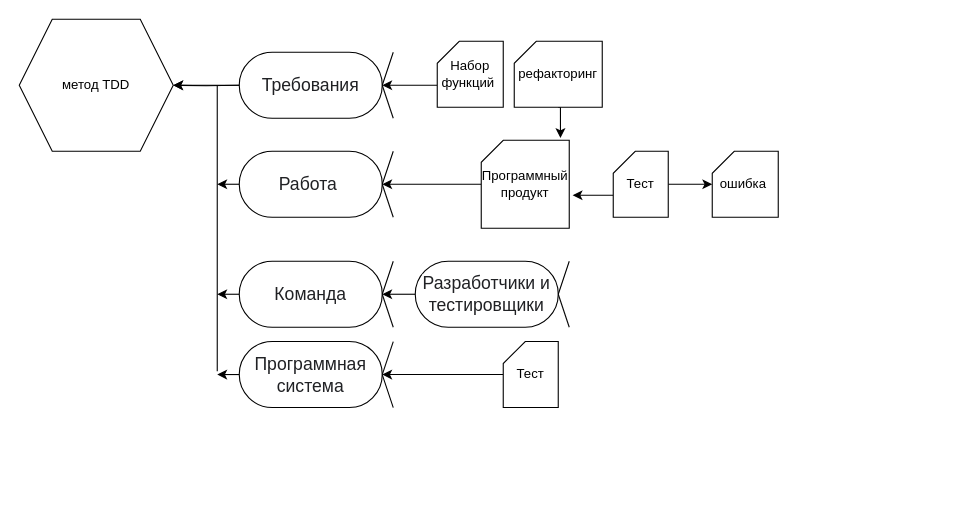
Earlier version of the draw.io diagram method.drawio (TKarina/UML). Source tidied: cells renumbered, new cells numbered last; positions are measured from the earlier drawing's top-left corner, leaving out a move shared by most shapes. Both pictures are drawn from the tidied source at 110%, with x=0, y=0 at pixel (19, 19).
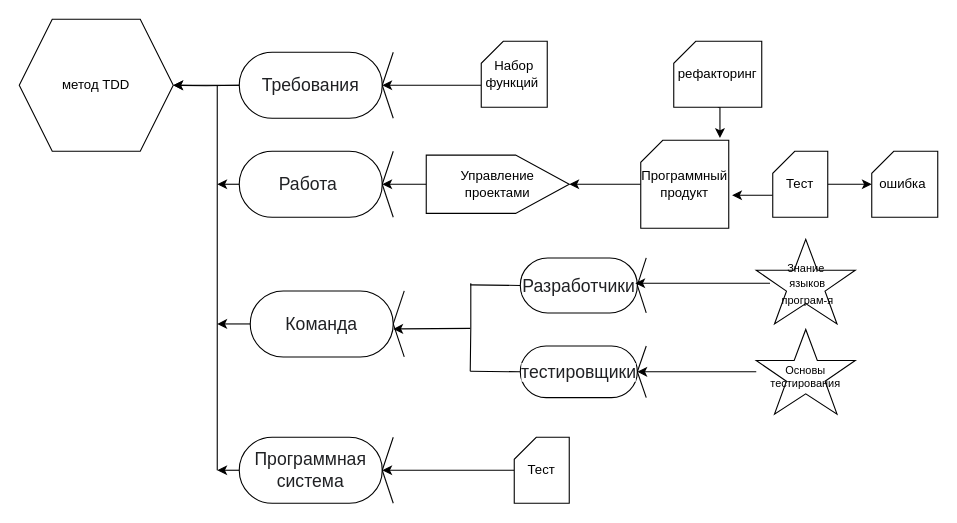
The same page after the edit.

The change refers to these unchanged cells:
```xml
<mxCell id="14" value="&lt;font color=&quot;#202124&quot; face=&quot;arial, sans-serif&quot;&gt;&lt;span style=&quot;font-size: 16px ; background-color: rgb(255 , 255 , 255)&quot;&gt;Команда&lt;/span&gt;&lt;/font&gt;" style="rounded=1;whiteSpace=wrap;html=1;arcSize=50;" parent="13" vertex="1">
  <mxGeometry x="-30" width="130" height="60" as="geometry" />
</mxCell>
<mxCell id="25" value="&lt;font color=&quot;#202124&quot; face=&quot;arial, sans-serif&quot;&gt;&lt;span style=&quot;font-size: 16px ; background-color: rgb(255 , 255 , 255)&quot;&gt;Программная система&lt;/span&gt;&lt;/font&gt;" style="rounded=1;whiteSpace=wrap;html=1;arcSize=50;" parent="24" vertex="1">
  <mxGeometry x="-30" width="130" height="60" as="geometry" />
</mxCell>
```

Change to the diagram source:
```diff
@@
     <mxCell id="13" style="group;" parent="1" vertex="1">
-      <mxGeometry x="230" y="220" width="110" height="60" as="geometry" />
+      <mxGeometry x="240" y="247" width="110" height="60" as="geometry" />
     </mxCell>
@@
     <mxCell id="18" value="рефакторинг" style="shape=card;whiteSpace=wrap;html=1;size=20;" parent="1" vertex="1">
-      <mxGeometry x="450" y="20" width="80" height="60" as="geometry" />
+      <mxGeometry x="595" y="20" width="80" height="60" as="geometry" />
     </mxCell>
     <mxCell id="19" style="edgeStyle=orthogonalEdgeStyle;rounded=0;jettySize=auto;html=1;" parent="1" edge="1" source="20">
       <mxGeometry relative="1" as="geometry">
-        <mxPoint x="330" y="150" as="targetPoint" />
+        <mxPoint x="500" y="150" as="targetPoint" />
       </mxGeometry>
     </mxCell>
     <mxCell id="20" value="Программный продукт" style="shape=card;whiteSpace=wrap;html=1;size=20;" parent="1" vertex="1">
-      <mxGeometry x="420" y="110" width="80" height="80" as="geometry" />
+      <mxGeometry x="565" y="110" width="80" height="80" as="geometry" />
     </mxCell>
     <mxCell id="21" style="endArrow=none;html=1;rounded=0;" parent="1" edge="1">
       <mxGeometry relative="1" as="geometry">
-        <mxPoint x="180" y="320" as="sourcePoint" />
+        <mxPoint x="180" y="410" as="sourcePoint" />
         <mxPoint x="180" y="60" as="targetPoint" />
       </mxGeometry>
     </mxCell>
@@
-    <mxCell id="23" style="edgeStyle=orthogonalEdgeStyle;rounded=0;jettySize=auto;html=1;exitX=0;exitY=0.5;exitDx=0;exitDy=0;" parent="1" edge="1" source="14">
-      <mxGeometry relative="1" as="geometry">
-        <mxPoint x="180" y="250" as="targetPoint" />
-      </mxGeometry>
-    </mxCell>
     <mxCell id="24" style="group;" parent="1" vertex="1">
-      <mxGeometry x="230" y="293" width="110" height="60" as="geometry" />
+      <mxGeometry x="230" y="380" width="110" height="60" as="geometry" />
     </mxCell>
@@
     <mxCell id="28" style="edgeStyle=orthogonalEdgeStyle;rounded=0;jettySize=auto;html=1;exitX=0;exitY=0.5;exitDx=0;exitDy=0;" parent="1" edge="1" source="25">
       <mxGeometry relative="1" as="geometry">
-        <mxPoint x="180" y="323" as="targetPoint" />
+        <mxPoint x="180" y="410" as="targetPoint" />
       </mxGeometry>
     </mxCell>
@@
     <mxCell id="30" value="Набор функций&amp;nbsp;" style="shape=card;whiteSpace=wrap;html=1;size=20;" parent="1" vertex="1">
-      <mxGeometry x="380" y="20" width="60" height="60" as="geometry" />
+      <mxGeometry x="420" y="20" width="60" height="60" as="geometry" />
     </mxCell>
     <mxCell id="31" style="group;" parent="1" vertex="1">
-      <mxGeometry x="390" y="220" width="110" height="60" as="geometry" />
+      <mxGeometry x="480" y="217" width="90" height="50" as="geometry" />
     </mxCell>
-    <mxCell id="32" value="&lt;font color=&quot;#202124&quot; face=&quot;arial, sans-serif&quot;&gt;&lt;span style=&quot;font-size: 16px ; background-color: rgb(255 , 255 , 255)&quot;&gt;Разработчики и тестировщики&lt;/span&gt;&lt;/font&gt;" style="rounded=1;whiteSpace=wrap;html=1;arcSize=50;" parent="31" vertex="1">
-      <mxGeometry x="-30" width="130" height="60" as="geometry" />
+    <mxCell id="32" value="&lt;font color=&quot;#202124&quot; face=&quot;arial, sans-serif&quot;&gt;&lt;span style=&quot;font-size: 16px ; background-color: rgb(255 , 255 , 255)&quot;&gt;Разработчики&lt;/span&gt;&lt;/font&gt;" style="rounded=1;whiteSpace=wrap;html=1;arcSize=50;" parent="31" vertex="1">
+      <mxGeometry x="-24.5" width="106.4" height="50" as="geometry" />
     </mxCell>
     <mxCell id="33" style="endArrow=none;html=1;rounded=0;curved=1;entryX=1;entryY=0.5;entryDx=0;entryDy=0;" parent="31" edge="1" target="32">
       <mxGeometry relative="1" as="geometry">
-        <mxPoint x="110" y="60" as="sourcePoint" />
+        <mxPoint x="90" y="50" as="sourcePoint" />
       </mxGeometry>
     </mxCell>
     <mxCell id="34" style="endArrow=none;html=1;rounded=0;curved=1;entryX=1;entryY=0.5;entryDx=0;entryDy=0;" parent="31" edge="1" target="32">
       <mxGeometry relative="1" as="geometry">
-        <mxPoint x="110" as="sourcePoint" />
+        <mxPoint x="90" as="sourcePoint" />
       </mxGeometry>
     </mxCell>
-    <mxCell id="35" style="edgeStyle=orthogonalEdgeStyle;rounded=0;jettySize=auto;html=1;exitX=0;exitY=0.5;exitDx=0;exitDy=0;" parent="1" edge="1" source="32">
-      <mxGeometry relative="1" as="geometry">
-        <mxPoint x="330" y="250" as="targetPoint" />
-      </mxGeometry>
-    </mxCell>
@@
     <mxCell id="38" value="Тест" style="shape=card;whiteSpace=wrap;html=1;size=20;" parent="1" vertex="1">
-      <mxGeometry x="540" y="120" width="50" height="60" as="geometry" />
+      <mxGeometry x="685" y="120" width="50" height="60" as="geometry" />
     </mxCell>
     <mxCell id="39" value="ошибка&amp;nbsp;" style="shape=card;whiteSpace=wrap;html=1;size=20;" parent="1" vertex="1">
-      <mxGeometry x="630" y="120" width="60" height="60" as="geometry" />
+      <mxGeometry x="775" y="120" width="60" height="60" as="geometry" />
     </mxCell>
     <mxCell id="40" style="edgeStyle=orthogonalEdgeStyle;rounded=0;jettySize=auto;html=1;" parent="1" edge="1" source="41">
       <mxGeometry relative="1" as="geometry">
-        <mxPoint x="330" y="323" as="targetPoint" />
+        <mxPoint x="330" y="410" as="targetPoint" />
       </mxGeometry>
     </mxCell>
     <mxCell id="41" value="Тест" style="shape=card;whiteSpace=wrap;html=1;size=20;" parent="1" vertex="1">
-      <mxGeometry x="440" y="293" width="50" height="60" as="geometry" />
+      <mxGeometry x="450" y="380" width="50" height="60" as="geometry" />
     </mxCell>
+    <mxCell id="42" style="group;" parent="1" vertex="1">
+      <mxGeometry x="480" y="297" width="90" height="47" as="geometry" />
+    </mxCell>
+    <mxCell id="43" value="&lt;font color=&quot;#202124&quot; face=&quot;arial, sans-serif&quot;&gt;&lt;span style=&quot;font-size: 16px ; background-color: rgb(255 , 255 , 255)&quot;&gt;тестировщики&lt;/span&gt;&lt;/font&gt;" style="rounded=1;whiteSpace=wrap;html=1;arcSize=50;" parent="42" vertex="1">
+      <mxGeometry x="-24.5" width="106.4" height="47" as="geometry" />
+    </mxCell>
+    <mxCell id="44" style="endArrow=none;html=1;rounded=0;curved=1;entryX=1;entryY=0.5;entryDx=0;entryDy=0;" parent="42" edge="1" target="43">
+      <mxGeometry relative="1" as="geometry">
+        <mxPoint x="90" y="47" as="sourcePoint" />
+      </mxGeometry>
+    </mxCell>
+    <mxCell id="45" style="endArrow=none;html=1;rounded=0;curved=1;entryX=1;entryY=0.5;entryDx=0;entryDy=0;" parent="42" edge="1" target="43">
+      <mxGeometry relative="1" as="geometry">
+        <mxPoint x="90" as="sourcePoint" />
+      </mxGeometry>
+    </mxCell>
+    <mxCell id="46" style="endArrow=none;html=1;rounded=0;" parent="1" edge="1">
+      <mxGeometry relative="1" as="geometry">
+        <mxPoint x="410" y="320" as="sourcePoint" />
+        <mxPoint x="410.5" y="240" as="targetPoint" />
+        <Array as="points">
+          <mxPoint x="410.5" y="280" />
+        </Array>
+      </mxGeometry>
+    </mxCell>
+    <mxCell id="47" style="endArrow=classic;html=1;rounded=0;" parent="1" edge="1">
+      <mxGeometry relative="1" as="geometry">
+        <mxPoint x="410" y="281" as="sourcePoint" />
+        <mxPoint x="340" y="281.5" as="targetPoint" />
+      </mxGeometry>
+    </mxCell>
+    <mxCell id="48" style="endArrow=none;html=1;rounded=0;entryX=0;entryY=0.5;entryDx=0;entryDy=0;" parent="1" edge="1" target="32">
+      <mxGeometry relative="1" as="geometry">
+        <mxPoint x="410" y="241.5" as="sourcePoint" />
+      </mxGeometry>
+    </mxCell>
+    <mxCell id="49" style="endArrow=none;html=1;rounded=0;entryX=0;entryY=0.5;entryDx=0;entryDy=0;" parent="1" edge="1" target="43">
+      <mxGeometry relative="1" as="geometry">
+        <mxPoint x="410" y="320" as="sourcePoint" />
+      </mxGeometry>
+    </mxCell>
+    <mxCell id="50" style="verticalLabelPosition=bottom;verticalAlign=top;html=1;shape=mxgraph.basic.star;" parent="1" vertex="1">
+      <mxGeometry x="670" y="200" width="90" height="77" as="geometry" />
+    </mxCell>
+    <mxCell id="51" style="edgeStyle=orthogonalEdgeStyle;rounded=0;jettySize=auto;html=1;exitX=0;exitY=0.5;exitDx=0;exitDy=0;fontSize=10;fontColor=#000000;" parent="1" edge="1" source="52">
+      <mxGeometry relative="1" as="geometry">
+        <mxPoint x="560" y="240" as="targetPoint" />
+      </mxGeometry>
+    </mxCell>
+    <mxCell id="52" value="&lt;span&gt;&lt;font style=&quot;font-size: 10px&quot;&gt;Знание&lt;br&gt;&amp;nbsp;языков&lt;br&gt;&amp;nbsp;програм-я&lt;/font&gt;&lt;/span&gt;" style="text;html=1;strokeColor=none;fillColor=none;align=center;verticalAlign=middle;whiteSpace=wrap;rounded=0;" parent="1" vertex="1">
+      <mxGeometry x="682.5" y="200" width="65" height="80" as="geometry" />
+    </mxCell>
+    <mxCell id="53" style="edgeStyle=orthogonalEdgeStyle;rounded=0;jettySize=auto;html=1;exitX=0.5;exitY=0;exitDx=0;exitDy=0;fontSize=10;fontColor=#000000;" parent="1" edge="1" source="54">
+      <mxGeometry relative="1" as="geometry">
+        <mxPoint x="330" y="150" as="targetPoint" />
+      </mxGeometry>
+    </mxCell>
+    <mxCell id="54" value="Управление проектами" style="shape=offPageConnector;whiteSpace=wrap;html=1;direction=north;" parent="1" vertex="1">
+      <mxGeometry x="370" y="123.5" width="130" height="53" as="geometry" />
+    </mxCell>
+    <mxCell id="55" style="edgeStyle=orthogonalEdgeStyle;rounded=0;jettySize=auto;html=1;fontSize=10;fontColor=#000000;entryX=1;entryY=0.5;entryDx=0;entryDy=0;" parent="1" edge="1" source="56" target="43">
+      <mxGeometry relative="1" as="geometry" />
+    </mxCell>
+    <mxCell id="56" style="verticalLabelPosition=bottom;verticalAlign=top;html=1;shape=mxgraph.basic.star;" parent="1" vertex="1">
+      <mxGeometry x="670" y="282" width="90" height="77" as="geometry" />
+    </mxCell>
+    <mxCell id="57" value="Основы тестирования" style="text;html=1;strokeColor=none;fillColor=none;align=center;verticalAlign=middle;whiteSpace=wrap;rounded=0;fontSize=10;fontColor=#000000;" parent="1" vertex="1">
+      <mxGeometry x="685" y="310" width="60" height="30" as="geometry" />
+    </mxCell>
+    <mxCell id="58" style="edgeStyle=orthogonalEdgeStyle;rounded=0;jettySize=auto;html=1;exitX=0;exitY=0.5;exitDx=0;exitDy=0;fontSize=10;fontColor=#000000;" parent="1" edge="1" source="14">
+      <mxGeometry relative="1" as="geometry">
+        <mxPoint x="180" y="277" as="targetPoint" />
+      </mxGeometry>
+    </mxCell>
```
